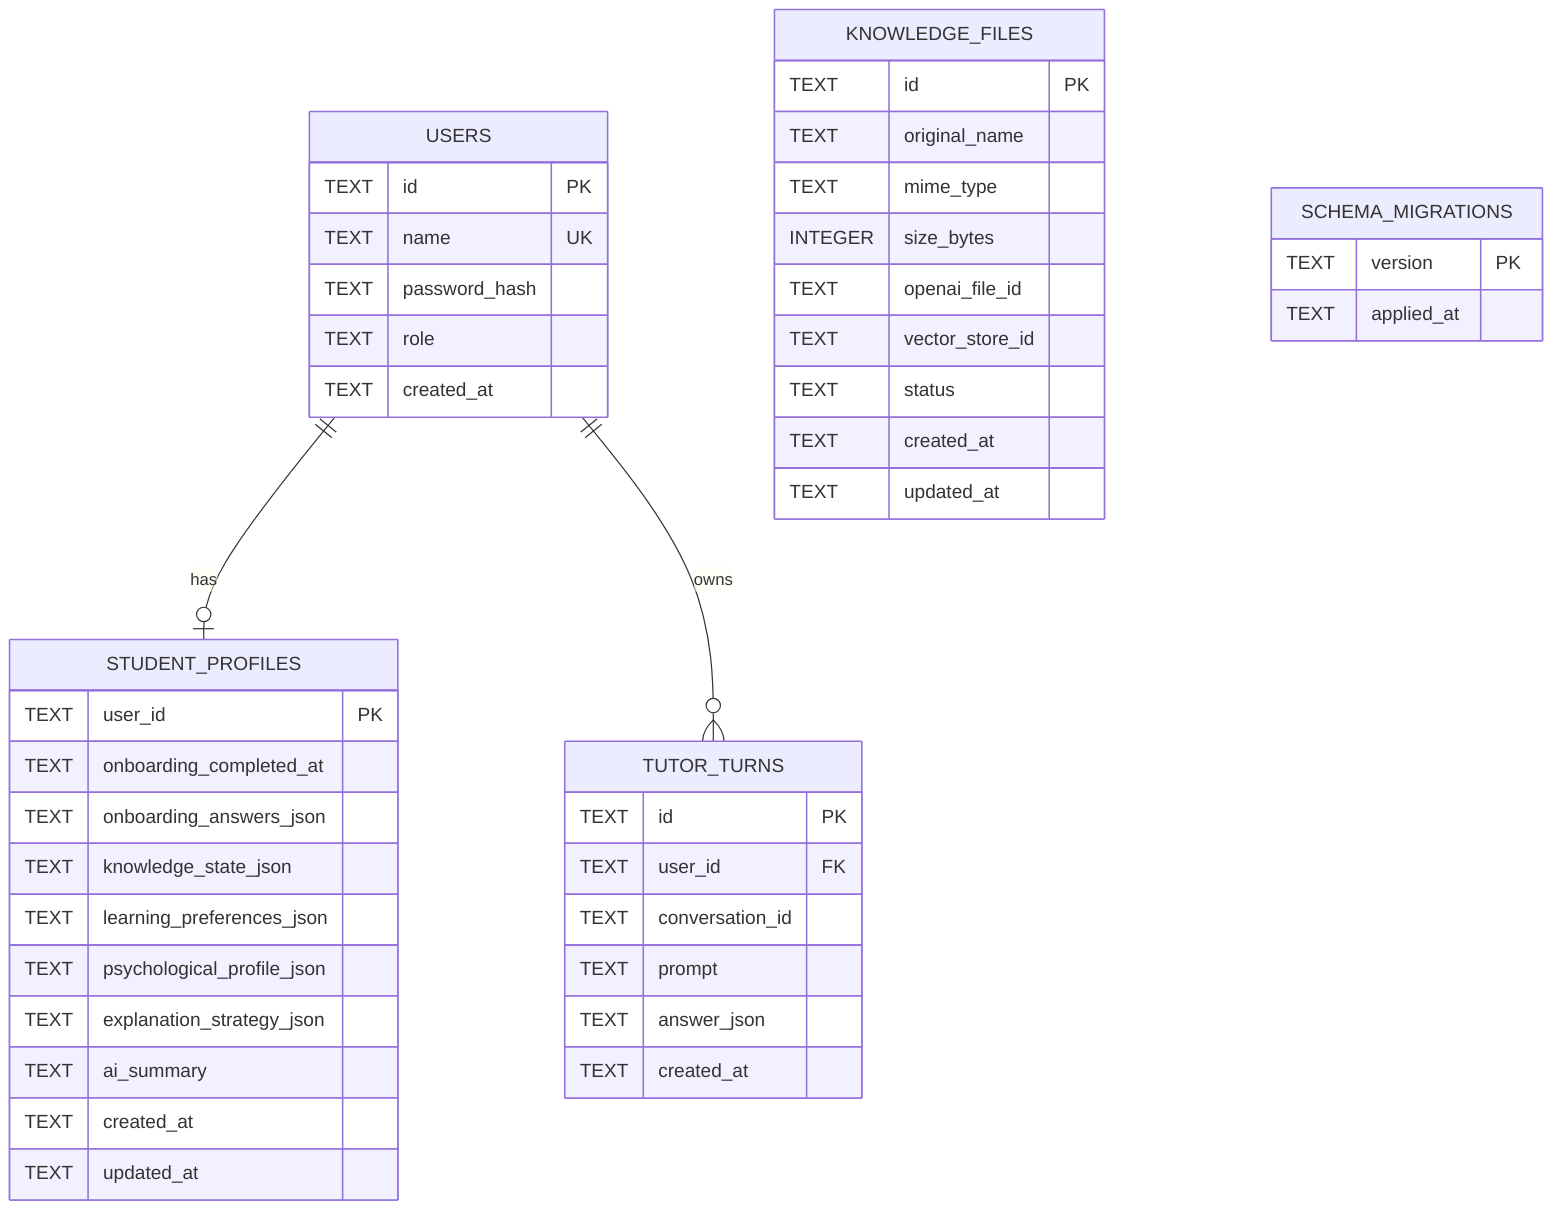
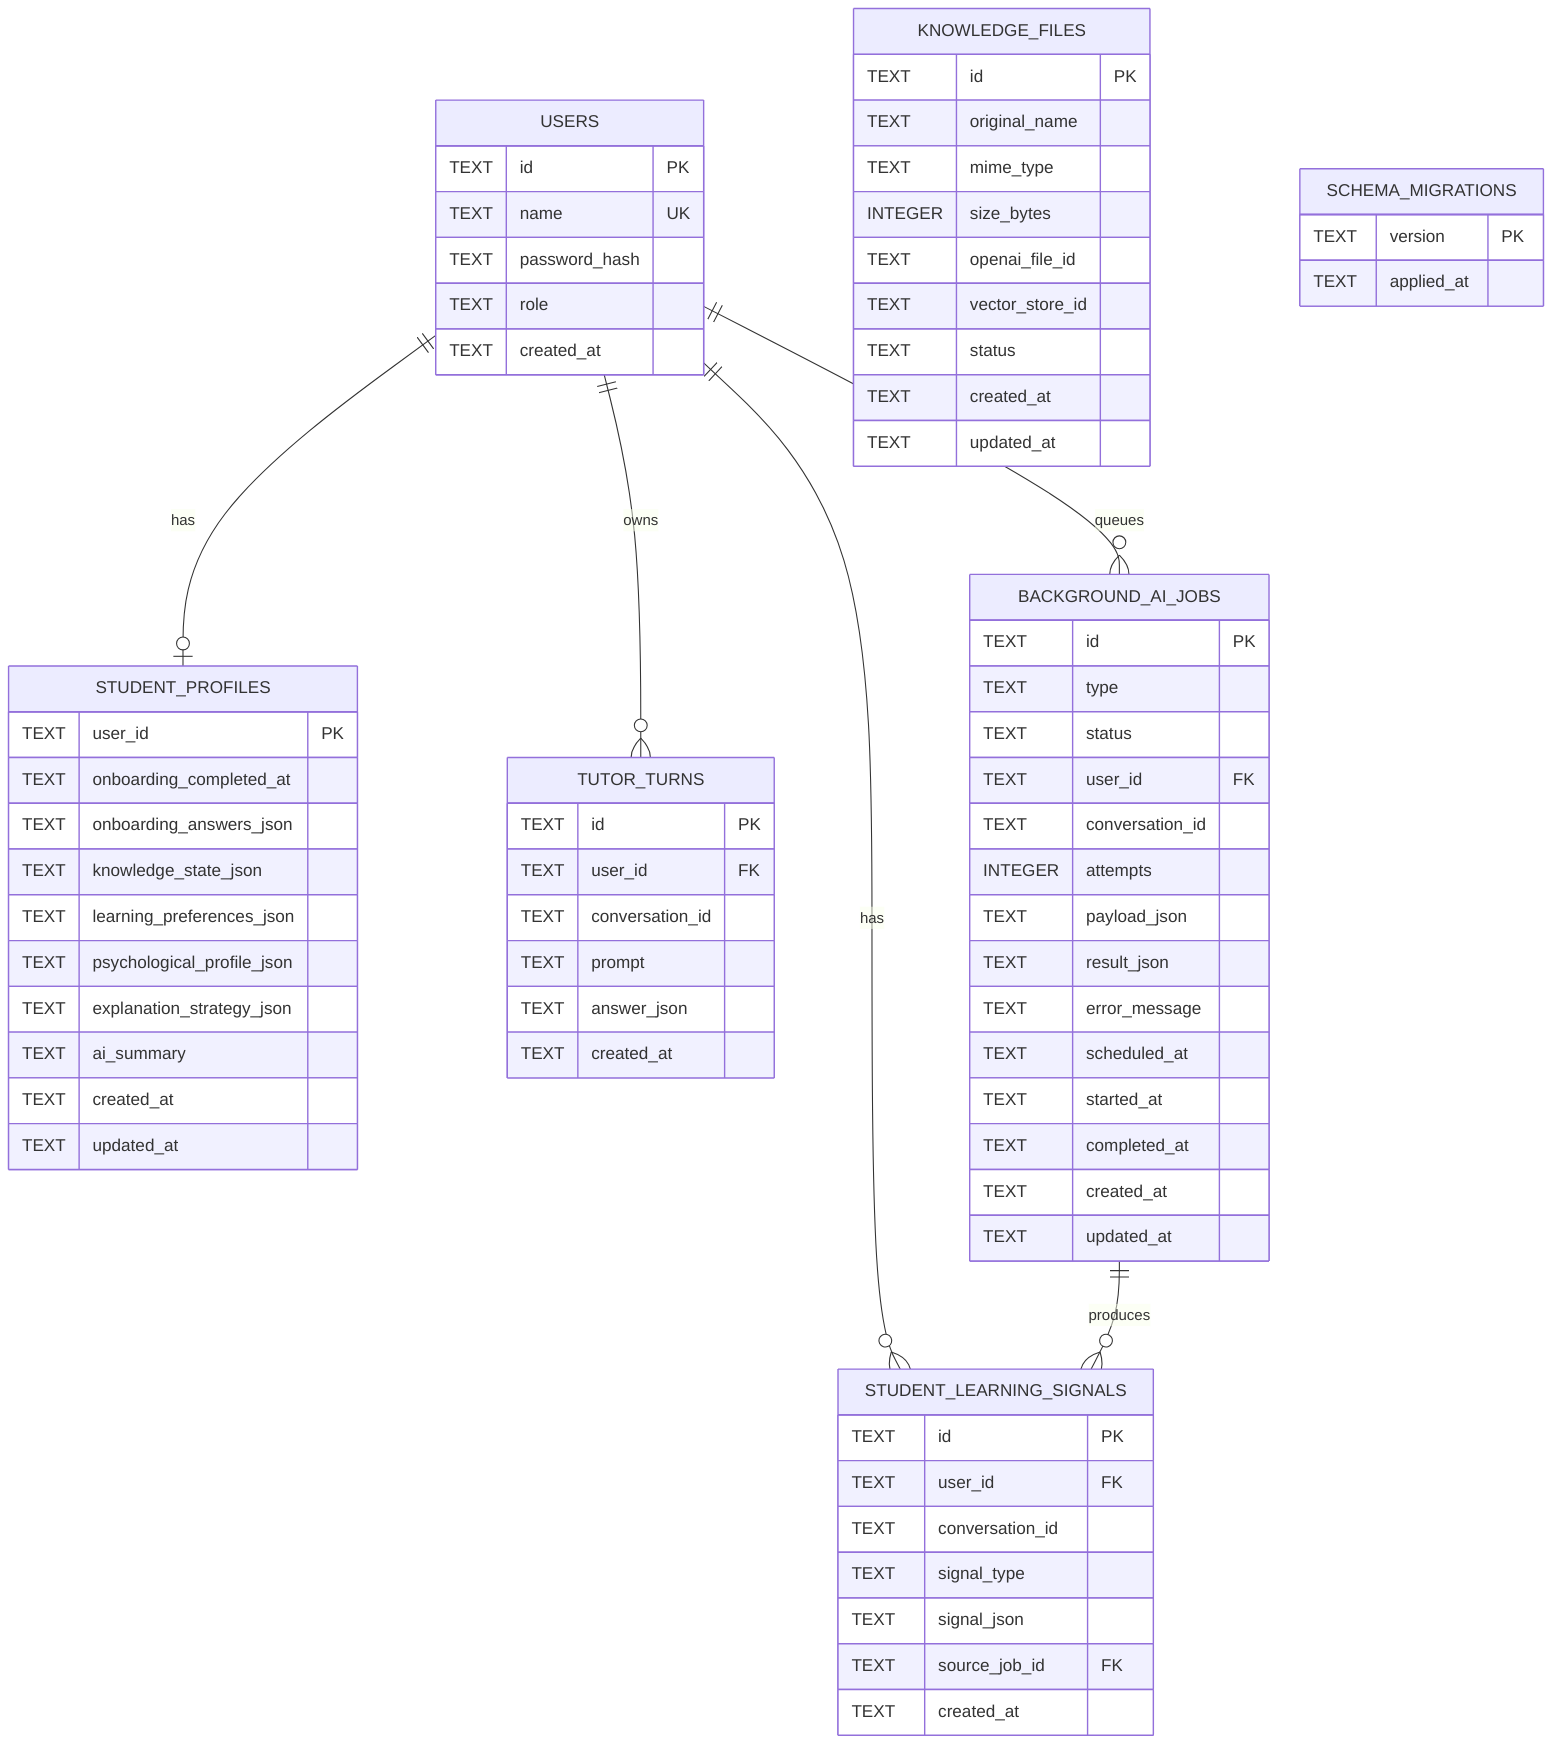
erDiagram
  USERS {
    TEXT id PK
    TEXT name UK
    TEXT password_hash
    TEXT role
    TEXT created_at
  }

  KNOWLEDGE_FILES {
    TEXT id PK
    TEXT original_name
    TEXT mime_type
    INTEGER size_bytes
    TEXT openai_file_id
    TEXT vector_store_id
    TEXT status
    TEXT created_at
    TEXT updated_at
  }

  SCHEMA_MIGRATIONS {
    TEXT version PK
    TEXT applied_at
  }

  STUDENT_PROFILES {
    TEXT user_id PK
    TEXT onboarding_completed_at
    TEXT onboarding_answers_json
    TEXT knowledge_state_json
    TEXT learning_preferences_json
    TEXT psychological_profile_json
    TEXT explanation_strategy_json
    TEXT ai_summary
    TEXT created_at
    TEXT updated_at
  }

  TUTOR_TURNS {
    TEXT id PK
    TEXT user_id FK
    TEXT conversation_id
    TEXT prompt
    TEXT answer_json
    TEXT created_at
  }

+   BACKGROUND_AI_JOBS {
+     TEXT id PK
+     TEXT type
+     TEXT status
+     TEXT user_id FK
+     TEXT conversation_id
+     INTEGER attempts
+     TEXT payload_json
+     TEXT result_json
+     TEXT error_message
+     TEXT scheduled_at
+     TEXT started_at
+     TEXT completed_at
+     TEXT created_at
+     TEXT updated_at
+   }
+ 
+   STUDENT_LEARNING_SIGNALS {
+     TEXT id PK
+     TEXT user_id FK
+     TEXT conversation_id
+     TEXT signal_type
+     TEXT signal_json
+     TEXT source_job_id FK
+     TEXT created_at
+   }
+ 
  USERS ||--o| STUDENT_PROFILES : has
  USERS ||--o{ TUTOR_TURNS : owns
+   USERS ||--o{ BACKGROUND_AI_JOBS : queues
+   USERS ||--o{ STUDENT_LEARNING_SIGNALS : has
+   BACKGROUND_AI_JOBS ||--o{ STUDENT_LEARNING_SIGNALS : produces
